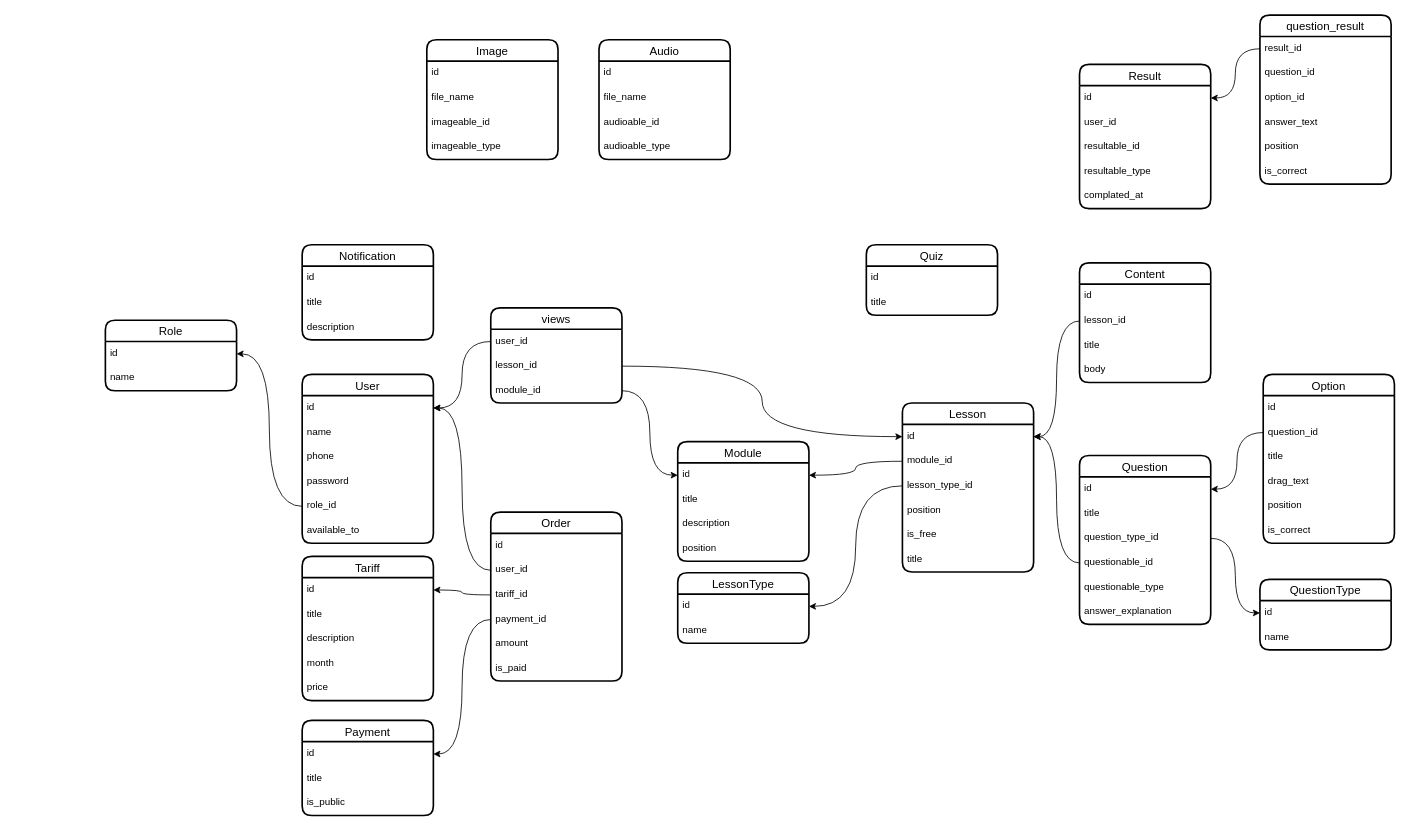
Above: karsoft-UMU.drawio in iztileuoff/databases (draw.io), before the change. Source tidied: cells renumbered, new cells numbered last; positions are measured from the earlier drawing's top-left corner, leaving out a move shared by most shapes. Both pictures are drawn from the tidied source at 82%, with x=0, y=0 at pixel (105, 15).
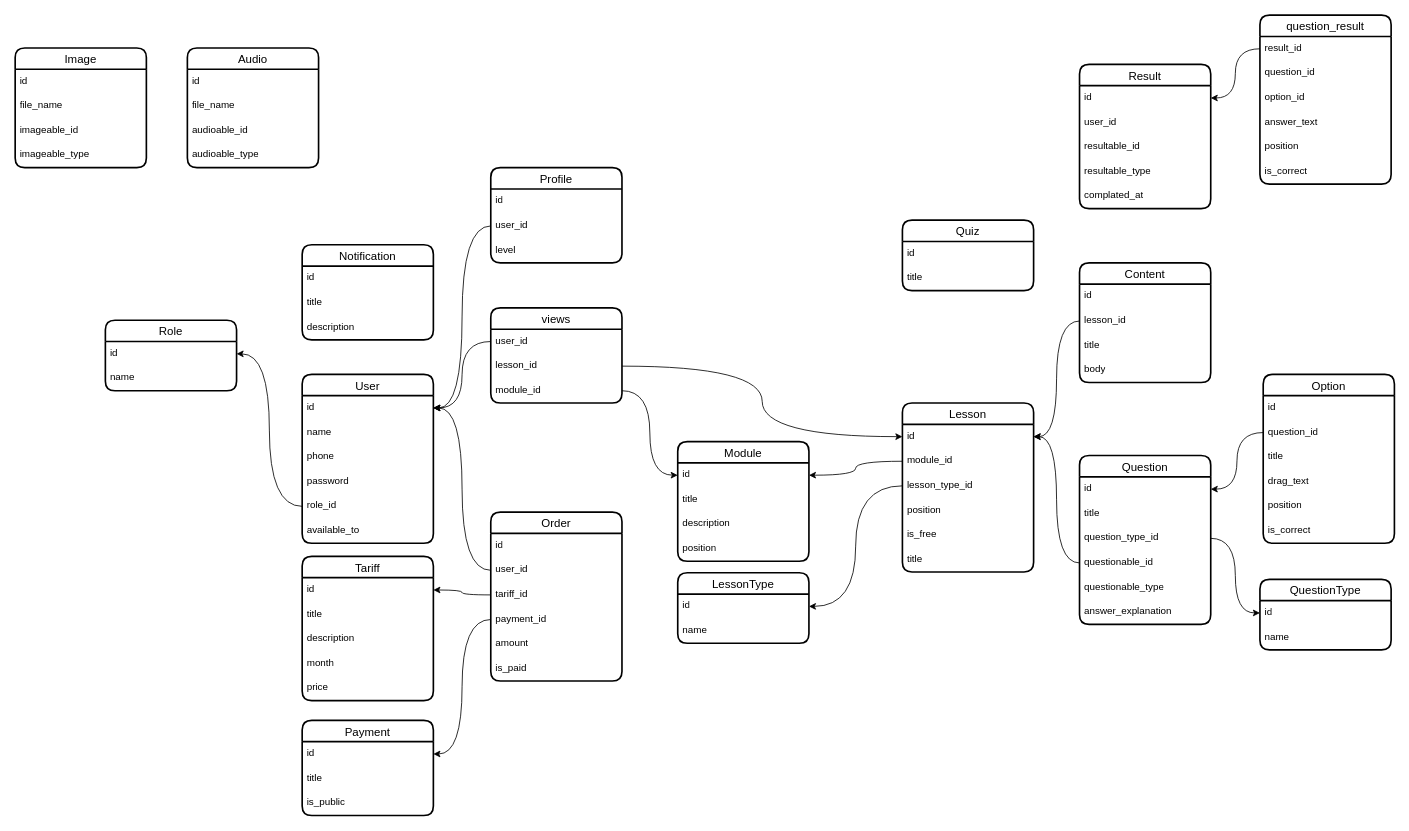
The same diagram, later.

The change refers to these unchanged cells:
```xml
<mxCell id="3" value="id" style="text;strokeColor=none;fillColor=none;spacingLeft=4;spacingRight=4;overflow=hidden;points=[[0,0.5],[1,0.5]];portConstraint=eastwest;fontSize=12;whiteSpace=wrap;html=1;" parent="2" vertex="1">
  <mxGeometry y="26" width="160" height="30" as="geometry" />
</mxCell>
```

Change to the diagram source:
```diff
@@
     <mxCell id="92" value="Quiz" style="swimlane;fontStyle=0;horizontal=1;startSize=26;align=center;fontSize=14;strokeWidth=2;rounded=1;shadow=0;glass=0;swimlaneLine=1;" parent="1" vertex="1">
-      <mxGeometry x="928" y="280" width="160" height="86" as="geometry" />
+      <mxGeometry x="972" y="250" width="160" height="86" as="geometry" />
     </mxCell>
@@
     <mxCell id="103" value="Audio" style="swimlane;fontStyle=0;horizontal=1;startSize=26;align=center;fontSize=14;strokeWidth=2;rounded=1;shadow=0;glass=0;swimlaneLine=1;" parent="1" vertex="1">
-      <mxGeometry x="602" y="30" width="160" height="146" as="geometry" />
+      <mxGeometry x="100" y="40" width="160" height="146" as="geometry" />
     </mxCell>
@@
     <mxCell id="108" value="Image" style="swimlane;fontStyle=0;horizontal=1;startSize=26;align=center;fontSize=14;strokeWidth=2;rounded=1;shadow=0;glass=0;swimlaneLine=1;" parent="1" vertex="1">
-      <mxGeometry x="392" y="30" width="160" height="146" as="geometry" />
+      <mxGeometry x="-110" y="40" width="160" height="146" as="geometry" />
     </mxCell>
@@
+    <mxCell id="114" value="Profile" style="swimlane;fontStyle=0;horizontal=1;startSize=26;align=center;fontSize=14;strokeWidth=2;rounded=1;shadow=0;glass=0;swimlaneLine=1;" parent="1" vertex="1">
+      <mxGeometry x="470" y="186" width="160" height="116" as="geometry" />
+    </mxCell>
+    <mxCell id="115" value="id" style="text;strokeColor=none;fillColor=none;spacingLeft=4;spacingRight=4;overflow=hidden;fontSize=12;whiteSpace=wrap;html=1;" parent="114" vertex="1">
+      <mxGeometry y="26" width="160" height="30" as="geometry" />
+    </mxCell>
+    <mxCell id="116" value="user_id" style="text;strokeColor=none;fillColor=none;spacingLeft=4;spacingRight=4;overflow=hidden;points=[[0,0.5],[1,0.5]];portConstraint=eastwest;fontSize=12;whiteSpace=wrap;html=1;" parent="114" vertex="1">
+      <mxGeometry y="56" width="160" height="30" as="geometry" />
+    </mxCell>
+    <mxCell id="117" value="level" style="text;strokeColor=none;fillColor=none;spacingLeft=4;spacingRight=4;overflow=hidden;fontSize=12;whiteSpace=wrap;html=1;" parent="114" vertex="1">
+      <mxGeometry y="86" width="160" height="30" as="geometry" />
+    </mxCell>
+    <mxCell id="118" style="edgeStyle=orthogonalEdgeStyle;rounded=0;jettySize=auto;html=1;entryX=1;entryY=0.5;entryDx=0;entryDy=0;curved=1;" parent="1" edge="1" source="116" target="3">
+      <mxGeometry relative="1" as="geometry" />
+    </mxCell>
```
